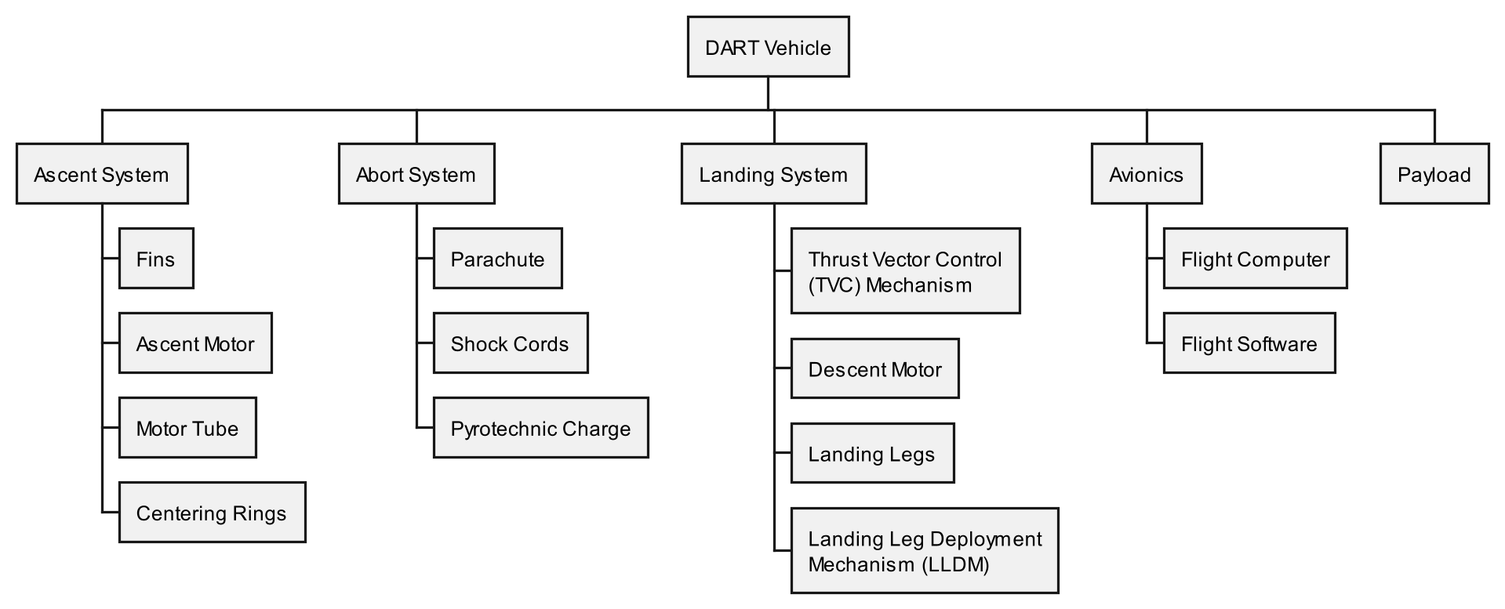
Laagaard/Rocket_Lander keeps this PlantUML diagram as diagrams/out/system_hierarchy.png. Above is the earlier version.
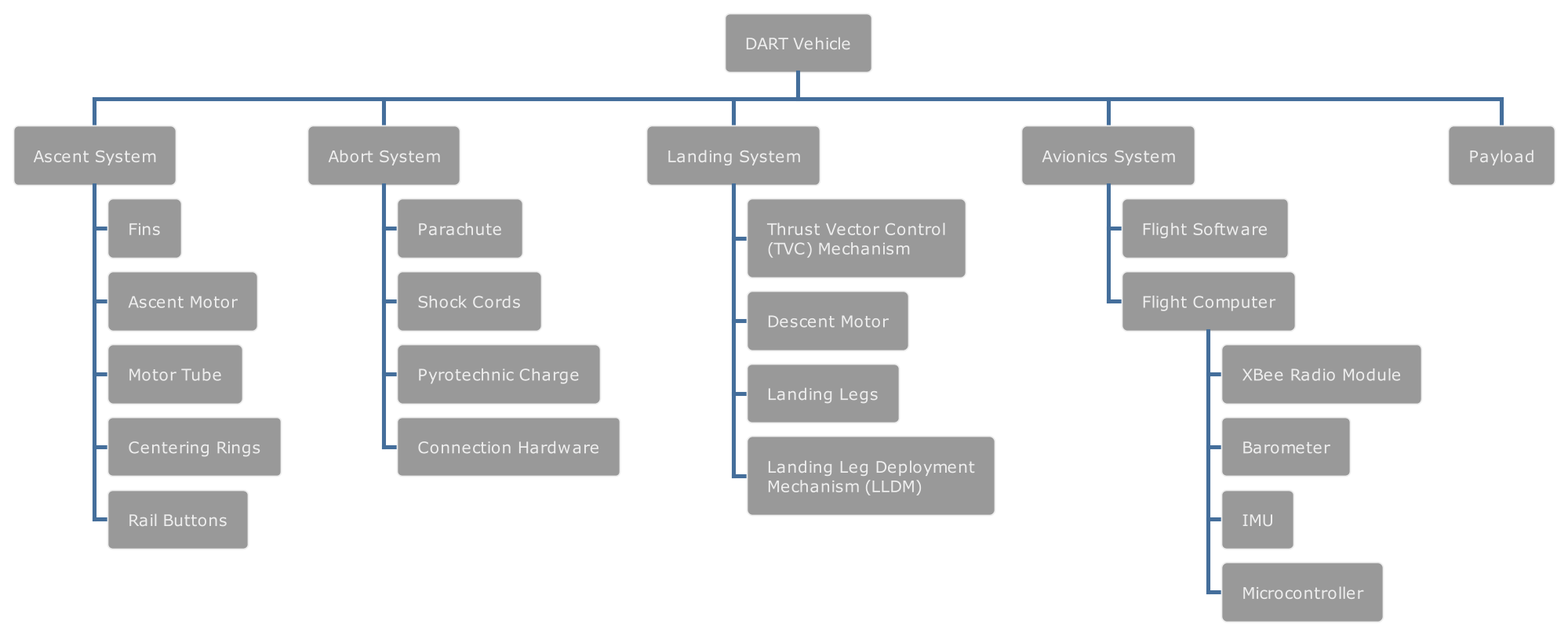
Later version of the same file.

Commit message:
`system_hierarchy`: Add connection hardware for abort system

- Add spacelab theme

Diff of the diagram source:
```diff
@@ -1,5 +1,6 @@
 @startwbs system_hierarchy
 scale 1920*1080
+!theme spacelab
 
 * DART Vehicle
 
@@ -8,11 +9,13 @@
 *** Ascent Motor
 *** Motor Tube
 *** Centering Rings
+*** Rail Buttons
 
 ** Abort System
 *** Parachute
 *** Shock Cords
 *** Pyrotechnic Charge
+*** Connection Hardware
 
 ** Landing System
 ***:Thrust Vector Control
@@ -22,9 +25,13 @@
 ***:Landing Leg Deployment
 Mechanism (LLDM);
 
-** Avionics
+** Avionics System
+*** Flight Software
 *** Flight Computer
-*** Flight Software
+**** XBee Radio Module
+**** Barometer
+**** IMU
+**** Microcontroller
 
 ** Payload
 @endwbs
```
